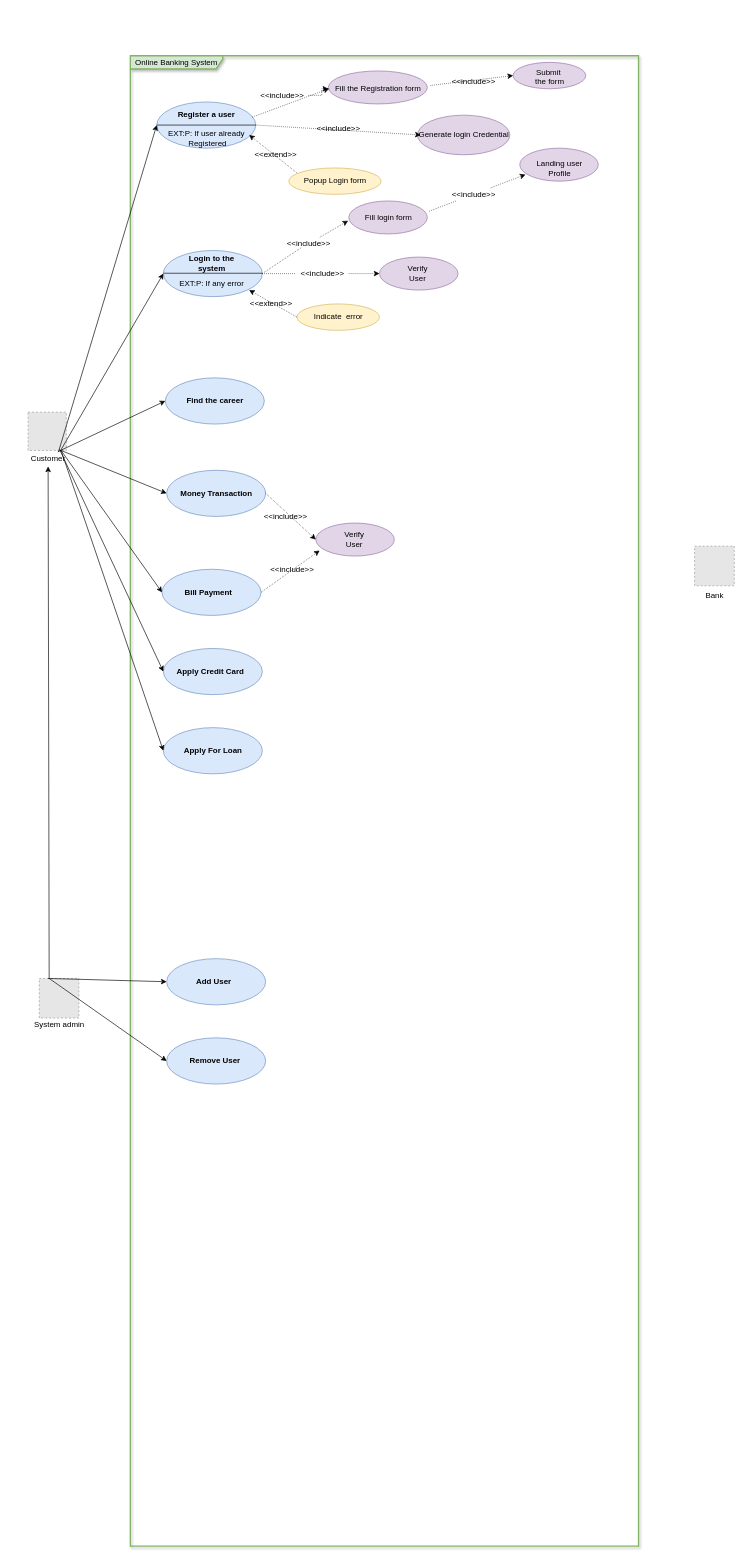
The draw.io diagram Untitled Diagram.drawio in Janith-Sandamal/online-banking, before the edit. Source tidied: cells renumbered, new cells numbered last; positions are measured from the earlier drawing's top-left corner, leaving out a move shared by most shapes. Both pictures are drawn from the tidied source at 66%, with x=0, y=0 at pixel (24, 55). Pictures stored in the file or linked from it are replaced by grey dashed boxes.
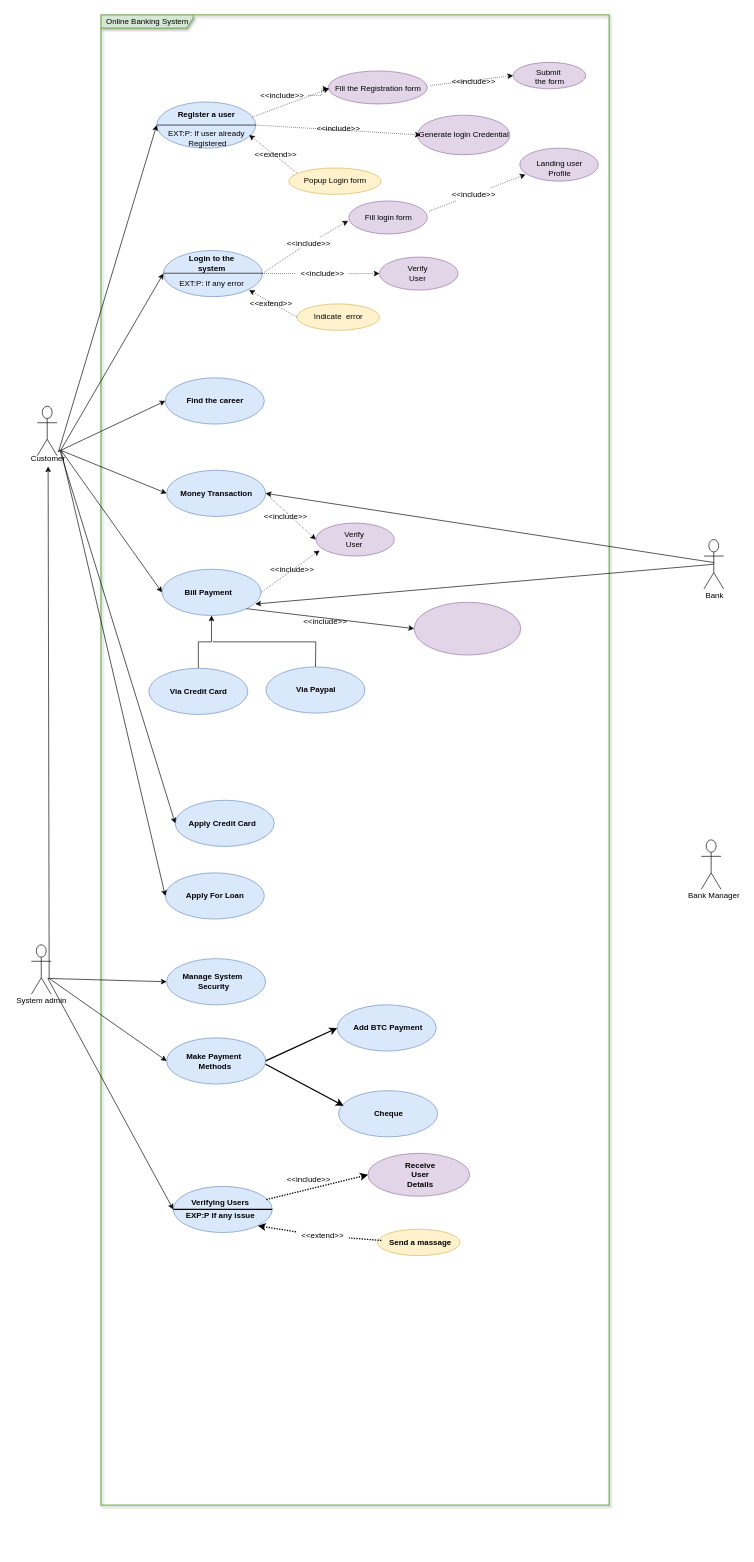
The same page after the edit.

The change refers to these unchanged cells:
```xml
<mxCell id="4" value="Customer" style="text;html=1;align=center;verticalAlign=middle;points=[];fillColor=none;strokeColor=none;rounded=0;" parent="1" vertex="1">
  <mxGeometry y="600" width="70" height="20" as="geometry" />
</mxCell>
<mxCell id="54" style="ellipse;whiteSpace=wrap;html=1;strokeWidth=1;fillColor=#dae8fc;strokeColor=#6c8ebf;" parent="1" vertex="1">
  <mxGeometry x="215" y="628" width="150" height="70" as="geometry" />
</mxCell>
<mxCell id="56" style="ellipse;whiteSpace=wrap;html=1;strokeWidth=1;fillColor=#dae8fc;strokeColor=#6c8ebf;" parent="1" vertex="1">
  <mxGeometry x="208" y="778" width="150" height="70" as="geometry" />
</mxCell>
<mxCell id="68" style="ellipse;whiteSpace=wrap;html=1;strokeWidth=1;fillColor=#dae8fc;strokeColor=#6c8ebf;" parent="1" vertex="1">
  <mxGeometry x="215" y="1488" width="150" height="70" as="geometry" />
</mxCell>
```

Change to the diagram source:
```diff
@@
     <mxCell id="2" value="Online Banking System" style="shape=umlFrame;whiteSpace=wrap;html=1;width=140;height=20;fillColor=#d5e8d4;strokeColor=#82b366;strokeWidth=2;shadow=1;" parent="1" vertex="1">
-      <mxGeometry x="160" width="770" height="2258" as="geometry" />
+      <mxGeometry x="115.5" y="-62" width="770" height="2258" as="geometry" />
     </mxCell>
-    <mxCell id="3" style="fillColor=#E6E6E6;strokeColor=#999999;dashed=1;verticalLabelPosition=bottom;labelBackgroundColor=default;verticalAlign=top;" parent="1" vertex="1">
-      <mxGeometry x="5" y="540" width="58" height="58" as="geometry" />
-    </mxCell>
@@
     <mxCell id="55" value="&lt;b&gt;Money Transaction&lt;br&gt;&lt;/b&gt;" style="text;html=1;align=center;verticalAlign=middle;fillColor=none;strokeColor=none;rounded=0;strokeWidth=1;" parent="1" vertex="1">
-      <mxGeometry x="229.5" y="653" width="120" height="20" as="geometry" />
+      <mxGeometry x="230" y="653" width="120" height="20" as="geometry" />
     </mxCell>
@@
     <mxCell id="58" style="ellipse;whiteSpace=wrap;html=1;strokeWidth=1;fillColor=#dae8fc;strokeColor=#6c8ebf;" parent="1" vertex="1">
-      <mxGeometry x="210" y="898" width="150" height="70" as="geometry" />
+      <mxGeometry x="228" y="1128" width="150" height="70" as="geometry" />
     </mxCell>
     <mxCell id="59" value="&lt;b&gt;Apply Credit Card&lt;br&gt;&lt;/b&gt;" style="text;html=1;align=center;verticalAlign=middle;fillColor=none;strokeColor=none;rounded=0;strokeWidth=1;" parent="1" vertex="1">
-      <mxGeometry x="221" y="923" width="120" height="20" as="geometry" />
+      <mxGeometry x="239" y="1153" width="120" height="20" as="geometry" />
     </mxCell>
@@
-    <mxCell id="63" style="fillColor=#E6E6E6;strokeColor=#999999;dashed=1;verticalLabelPosition=bottom;labelBackgroundColor=default;verticalAlign=top;" parent="1" vertex="1">
-      <mxGeometry x="22" y="1398" width="60" height="60" as="geometry" />
-    </mxCell>
-    <mxCell id="64" style="endArrow=classic;html=1;rounded=0;entryX=0.506;entryY=1.11;entryDx=0;entryDy=0;entryPerimeter=0;exitX=0.25;exitY=0;exitDx=0;exitDy=0;" parent="1" edge="1" source="63" target="4">
-      <mxGeometry relative="1" as="geometry" />
+    <mxCell id="64" style="endArrow=classic;html=1;rounded=0;entryX=0.506;entryY=1.11;entryDx=0;entryDy=0;entryPerimeter=0;exitX=0.25;exitY=0;exitDx=0;exitDy=0;" parent="1" edge="1" target="4">
+      <mxGeometry relative="1" as="geometry">
+        <mxPoint x="37" y="1398" as="sourcePoint" />
+      </mxGeometry>
     </mxCell>
     <mxCell id="65" value="System admin" style="text;html=1;align=center;verticalAlign=middle;fillColor=none;strokeColor=none;rounded=0;" parent="1" vertex="1">
-      <mxGeometry x="7" y="1458" width="90" height="20" as="geometry" />
+      <mxGeometry x="-20" y="1422" width="90" height="20" as="geometry" />
     </mxCell>
@@
-    <mxCell id="67" value="&lt;b&gt;Add User&lt;br&gt;&lt;/b&gt;" style="text;html=1;align=center;verticalAlign=middle;fillColor=none;strokeColor=none;rounded=0;strokeWidth=1;" parent="1" vertex="1">
-      <mxGeometry x="251" y="1393" width="70" height="20" as="geometry" />
+    <mxCell id="67" value="&lt;b&gt;Manage System&amp;nbsp;&lt;br&gt;Security&lt;br&gt;&lt;/b&gt;" style="text;html=1;align=center;verticalAlign=middle;fillColor=none;strokeColor=none;rounded=0;strokeWidth=1;" parent="1" vertex="1">
+      <mxGeometry x="231" y="1388" width="110" height="30" as="geometry" />
     </mxCell>
@@
-    <mxCell id="69" value="&lt;b&gt;Remove User&lt;br&gt;&lt;/b&gt;" style="text;html=1;align=center;verticalAlign=middle;fillColor=none;strokeColor=none;rounded=0;strokeWidth=1;" parent="1" vertex="1">
-      <mxGeometry x="243" y="1513" width="90" height="20" as="geometry" />
+    <mxCell id="69" value="&lt;b&gt;Make Payment&amp;nbsp;&lt;br&gt;Methods&lt;br&gt;&lt;/b&gt;" style="text;html=1;align=center;verticalAlign=middle;fillColor=none;strokeColor=none;rounded=0;strokeWidth=1;" parent="1" vertex="1">
+      <mxGeometry x="238" y="1508" width="100" height="30" as="geometry" />
     </mxCell>
@@
-    <mxCell id="71" style="endArrow=classic;html=1;rounded=0;entryX=0;entryY=0.5;entryDx=0;entryDy=0;exitX=0.25;exitY=0;exitDx=0;exitDy=0;" parent="1" edge="1" source="63" target="68">
-      <mxGeometry relative="1" as="geometry" />
+    <mxCell id="71" style="endArrow=classic;html=1;rounded=0;entryX=0;entryY=0.5;entryDx=0;entryDy=0;exitX=0.25;exitY=0;exitDx=0;exitDy=0;" parent="1" edge="1" target="68">
+      <mxGeometry relative="1" as="geometry">
+        <mxPoint x="37" y="1398" as="sourcePoint" />
+      </mxGeometry>
     </mxCell>
-    <mxCell id="72" style="fillColor=#E6E6E6;strokeColor=#999999;dashed=1;verticalLabelPosition=bottom;labelBackgroundColor=default;verticalAlign=top;" parent="1" vertex="1">
-      <mxGeometry x="1015" y="743" width="60" height="60" as="geometry" />
-    </mxCell>
@@
     <mxCell id="79" style="ellipse;whiteSpace=wrap;html=1;strokeWidth=1;fillColor=#dae8fc;strokeColor=#6c8ebf;" parent="1" vertex="1">
-      <mxGeometry x="210" y="1018" width="150" height="70" as="geometry" />
+      <mxGeometry x="213" y="1238" width="150" height="70" as="geometry" />
     </mxCell>
     <mxCell id="80" value="&lt;b&gt;Apply For Loan&lt;br&gt;&lt;/b&gt;" style="text;html=1;align=center;verticalAlign=middle;fillColor=none;strokeColor=none;rounded=0;strokeWidth=1;" parent="1" vertex="1">
-      <mxGeometry x="235" y="1043" width="100" height="20" as="geometry" />
+      <mxGeometry x="238" y="1263" width="100" height="20" as="geometry" />
     </mxCell>
@@
+    <mxCell id="83" style="edgeStyle=orthogonalEdgeStyle;rounded=0;jettySize=auto;html=1;entryX=0.5;entryY=1;entryDx=0;entryDy=0;" parent="1" edge="1" source="84" target="56">
+      <mxGeometry relative="1" as="geometry" />
+    </mxCell>
+    <mxCell id="84" style="ellipse;whiteSpace=wrap;html=1;strokeWidth=1;fillColor=#dae8fc;strokeColor=#6c8ebf;" parent="1" vertex="1">
+      <mxGeometry x="188" y="928" width="150" height="70" as="geometry" />
+    </mxCell>
+    <mxCell id="85" value="&lt;b&gt;Via Credit Card&lt;br&gt;&lt;/b&gt;" style="text;html=1;align=center;verticalAlign=middle;fillColor=none;strokeColor=none;rounded=0;strokeWidth=1;" parent="1" vertex="1">
+      <mxGeometry x="213" y="953" width="100" height="20" as="geometry" />
+    </mxCell>
+    <mxCell id="86" style="ellipse;whiteSpace=wrap;html=1;strokeWidth=1;fillColor=#dae8fc;strokeColor=#6c8ebf;" parent="1" vertex="1">
+      <mxGeometry x="365.5" y="926" width="150" height="70" as="geometry" />
+    </mxCell>
+    <mxCell id="87" value="Bank Manager" style="text;html=1;align=center;verticalAlign=middle;fillColor=none;strokeColor=none;rounded=0;" parent="1" vertex="1">
+      <mxGeometry x="999" y="1263" width="90" height="20" as="geometry" />
+    </mxCell>
+    <mxCell id="88" value="Actor" style="shape=umlActor;verticalLabelPosition=bottom;verticalAlign=top;html=1;overflow=visible;noLabel=1;" parent="1" vertex="1">
+      <mxGeometry x="10" y="1347" width="30" height="75" as="geometry" />
+    </mxCell>
+    <mxCell id="89" value="&lt;b&gt;Via Paypal&lt;br&gt;&lt;/b&gt;" style="text;html=1;align=center;verticalAlign=middle;fillColor=none;strokeColor=none;rounded=0;strokeWidth=1;" parent="1" vertex="1">
+      <mxGeometry x="400.5" y="951" width="80" height="20" as="geometry" />
+    </mxCell>
+    <mxCell id="90" style="endArrow=none;html=1;rounded=0;entryX=0.5;entryY=0;entryDx=0;entryDy=0;" parent="1" edge="1" target="86">
+      <mxGeometry relative="1" as="geometry">
+        <mxPoint x="285" y="888" as="sourcePoint" />
+        <Array as="points">
+          <mxPoint x="441" y="888" />
+        </Array>
+      </mxGeometry>
+    </mxCell>
+    <mxCell id="91" style="ellipse;whiteSpace=wrap;html=1;strokeWidth=1;fillColor=#e1d5e7;strokeColor=#9673a6;" parent="1" vertex="1">
+      <mxGeometry x="590" y="828" width="161.5" height="80" as="geometry" />
+    </mxCell>
+    <mxCell id="92" style="endArrow=classic;html=1;rounded=0;entryX=0;entryY=0.5;entryDx=0;entryDy=0;startArrow=none;exitX=1;exitY=1;exitDx=0;exitDy=0;" parent="1" edge="1" source="56" target="91">
+      <mxGeometry relative="1" as="geometry" />
+    </mxCell>
+    <mxCell id="93" value="Actor" style="shape=umlActor;verticalLabelPosition=bottom;verticalAlign=top;html=1;overflow=visible;noLabel=1;" parent="1" vertex="1">
+      <mxGeometry x="19" y="531" width="30" height="75" as="geometry" />
+    </mxCell>
+    <mxCell id="94" value="Actor" style="shape=umlActor;verticalLabelPosition=bottom;verticalAlign=top;html=1;overflow=visible;noLabel=1;" parent="1" vertex="1">
+      <mxGeometry x="1025" y="1188" width="30" height="75" as="geometry" />
+    </mxCell>
+    <mxCell id="95" value="Actor" style="shape=umlActor;verticalLabelPosition=bottom;verticalAlign=top;html=1;outlineConnect=0;overflow=visible;noLabel=1;" parent="1" vertex="1">
+      <mxGeometry x="1029" y="733" width="30" height="75" as="geometry" />
+    </mxCell>
+    <mxCell id="96" style="endArrow=classic;html=1;rounded=0;exitX=0.5;exitY=0.5;exitDx=0;exitDy=0;exitPerimeter=0;entryX=0.942;entryY=0.752;entryDx=0;entryDy=0;entryPerimeter=0;" parent="1" edge="1" source="95" target="56">
+      <mxGeometry relative="1" as="geometry" />
+    </mxCell>
+    <mxCell id="97" value="&amp;lt;&amp;lt;include&amp;gt;&amp;gt;" style="text;html=1;align=center;verticalAlign=middle;fillColor=none;strokeColor=none;rounded=0;strokeWidth=1;" parent="1" vertex="1">
+      <mxGeometry x="415" y="848" width="80" height="20" as="geometry" />
+    </mxCell>
+    <mxCell id="98" style="endArrow=classic;html=1;rounded=0;entryX=1;entryY=0.5;entryDx=0;entryDy=0;" parent="1" edge="1" target="54">
+      <mxGeometry relative="1" as="geometry">
+        <mxPoint x="1045" y="768" as="sourcePoint" />
+      </mxGeometry>
+    </mxCell>
+    <mxCell id="99" style="ellipse;whiteSpace=wrap;html=1;strokeWidth=1;fillColor=#dae8fc;strokeColor=#6c8ebf;" parent="1" vertex="1">
+      <mxGeometry x="225" y="1713" width="150" height="70" as="geometry" />
+    </mxCell>
+    <mxCell id="100" value="&lt;b&gt;Verifying Users&lt;br&gt;&lt;/b&gt;" style="text;html=1;align=center;verticalAlign=middle;fillColor=none;strokeColor=none;rounded=0;strokeWidth=1;" parent="1" vertex="1">
+      <mxGeometry x="246" y="1728" width="100" height="20" as="geometry" />
+    </mxCell>
+    <mxCell id="101" style="endArrow=classic;html=1;rounded=0;entryX=0;entryY=0.5;entryDx=0;entryDy=0;" parent="1" edge="1" target="99">
+      <mxGeometry relative="1" as="geometry">
+        <mxPoint x="35" y="1398" as="sourcePoint" />
+      </mxGeometry>
+    </mxCell>
+    <mxCell id="102" style="endArrow=none;html=1;rounded=0;exitX=0;exitY=0.5;exitDx=0;exitDy=0;entryX=1;entryY=0.5;entryDx=0;entryDy=0;strokeWidth=2;" parent="1" edge="1" source="99" target="99">
+      <mxGeometry relative="1" as="geometry" />
+    </mxCell>
+    <mxCell id="103" value="&lt;b&gt;EXP:P If any issue&lt;br&gt;&lt;/b&gt;" style="text;html=1;align=center;verticalAlign=middle;fillColor=none;strokeColor=none;rounded=0;strokeWidth=1;" parent="1" vertex="1">
+      <mxGeometry x="236" y="1748" width="120" height="20" as="geometry" />
+    </mxCell>
+    <mxCell id="104" style="ellipse;whiteSpace=wrap;html=1;strokeWidth=1;fillColor=#e1d5e7;strokeColor=#9673a6;" parent="1" vertex="1">
+      <mxGeometry x="520" y="1663" width="154" height="65" as="geometry" />
+    </mxCell>
+    <mxCell id="105" value="&lt;b&gt;Receive&lt;br&gt;User&lt;br&gt;Details&lt;br&gt;&lt;/b&gt;" style="text;html=1;align=center;verticalAlign=middle;fillColor=none;strokeColor=none;rounded=0;strokeWidth=1;" parent="1" vertex="1">
+      <mxGeometry x="569" y="1670.5" width="60" height="50" as="geometry" />
+    </mxCell>
+    <mxCell id="106" style="endArrow=classic;html=1;rounded=0;strokeWidth=2;exitX=0.94;exitY=0.286;exitDx=0;exitDy=0;exitPerimeter=0;entryX=0;entryY=0.5;entryDx=0;entryDy=0;dashed=1;dashPattern=1 1;" parent="1" edge="1" source="99" target="104">
+      <mxGeometry relative="1" as="geometry" />
+    </mxCell>
+    <mxCell id="107" value="&amp;lt;&amp;lt;include&amp;gt;&amp;gt;" style="text;html=1;align=center;verticalAlign=middle;fillColor=none;strokeColor=none;rounded=0;strokeWidth=1;" parent="1" vertex="1">
+      <mxGeometry x="390" y="1693" width="80" height="20" as="geometry" />
+    </mxCell>
+    <mxCell id="108" style="ellipse;whiteSpace=wrap;html=1;strokeWidth=1;fillColor=#fff2cc;strokeColor=#d6b656;" parent="1" vertex="1">
+      <mxGeometry x="534.5" y="1778" width="125" height="40" as="geometry" />
+    </mxCell>
+    <mxCell id="109" value="&lt;b&gt;Send a massage&lt;br&gt;&lt;/b&gt;" style="text;html=1;align=center;verticalAlign=middle;points=[];fillColor=none;strokeColor=none;rounded=0;strokeWidth=1;" parent="1" vertex="1">
+      <mxGeometry x="544" y="1788" width="110" height="20" as="geometry" />
+    </mxCell>
+    <mxCell id="110" style="endArrow=classic;html=1;rounded=0;dashed=1;dashPattern=1 1;strokeWidth=2;entryX=1;entryY=1;entryDx=0;entryDy=0;startArrow=none;" parent="1" edge="1" source="112" target="99">
+      <mxGeometry relative="1" as="geometry" />
+    </mxCell>
+    <mxCell id="111" style="endArrow=none;html=1;rounded=0;dashed=1;dashPattern=1 1;strokeWidth=2;exitX=-0.033;exitY=0.35;exitDx=0;exitDy=0;exitPerimeter=0;" parent="1" edge="1" source="109" target="112">
+      <mxGeometry relative="1" as="geometry" />
+    </mxCell>
+    <mxCell id="112" value="&amp;lt;&amp;lt;extend&amp;gt;&amp;gt;" style="text;html=1;align=center;verticalAlign=middle;points=[];fillColor=none;strokeColor=none;rounded=0;strokeWidth=1;" parent="1" vertex="1">
+      <mxGeometry x="411" y="1778" width="80" height="20" as="geometry" />
+    </mxCell>
+    <mxCell id="113" style="ellipse;whiteSpace=wrap;html=1;strokeWidth=1;fillColor=#dae8fc;strokeColor=#6c8ebf;" parent="1" vertex="1">
+      <mxGeometry x="473.5" y="1438" width="150" height="70" as="geometry" />
+    </mxCell>
+    <mxCell id="114" style="ellipse;whiteSpace=wrap;html=1;strokeWidth=1;fillColor=#dae8fc;strokeColor=#6c8ebf;" parent="1" vertex="1">
+      <mxGeometry x="475.5" y="1568" width="150" height="70" as="geometry" />
+    </mxCell>
+    <mxCell id="115" value="&lt;b&gt;Add BTC Payment&lt;br&gt;&lt;/b&gt;" style="text;html=1;align=center;verticalAlign=middle;fillColor=none;strokeColor=none;rounded=0;strokeWidth=1;" parent="1" vertex="1">
+      <mxGeometry x="490" y="1463" width="120" height="20" as="geometry" />
+    </mxCell>
+    <mxCell id="116" style="endArrow=classic;html=1;rounded=0;strokeWidth=2;entryX=0;entryY=0.5;entryDx=0;entryDy=0;exitX=1;exitY=0.5;exitDx=0;exitDy=0;" parent="1" edge="1" source="68" target="113">
+      <mxGeometry relative="1" as="geometry" />
+    </mxCell>
+    <mxCell id="117" style="endArrow=classic;html=1;rounded=0;strokeWidth=2;entryX=0.051;entryY=0.329;entryDx=0;entryDy=0;entryPerimeter=0;" parent="1" edge="1" target="114">
+      <mxGeometry relative="1" as="geometry">
+        <mxPoint x="365" y="1528" as="sourcePoint" />
+      </mxGeometry>
+    </mxCell>
+    <mxCell id="118" value="&lt;b&gt;Cheque&lt;br&gt;&lt;/b&gt;" style="text;html=1;align=center;verticalAlign=middle;fillColor=none;strokeColor=none;rounded=0;strokeWidth=1;" parent="1" vertex="1">
+      <mxGeometry x="521" y="1593" width="60" height="20" as="geometry" />
+    </mxCell>
```
